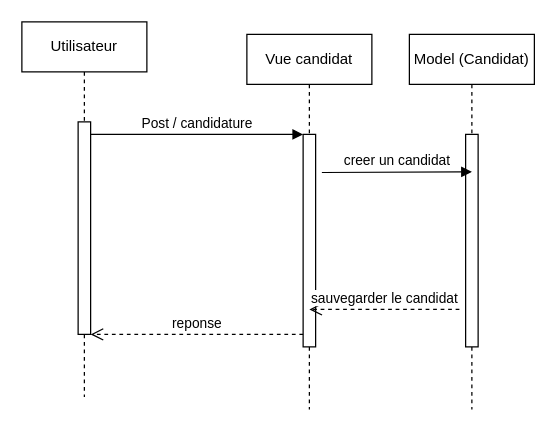
Above: diagramioFait/sequence_diagram.drawio in Mohammed-BJ/ProjetBackendDev (draw.io), before the change. Source tidied: cells renumbered, new cells numbered last; positions are measured from the earlier drawing's top-left corner, leaving out a move shared by most shapes. Both pictures are drawn from the tidied source at 125%, with x=0, y=0 at pixel (21, 21).
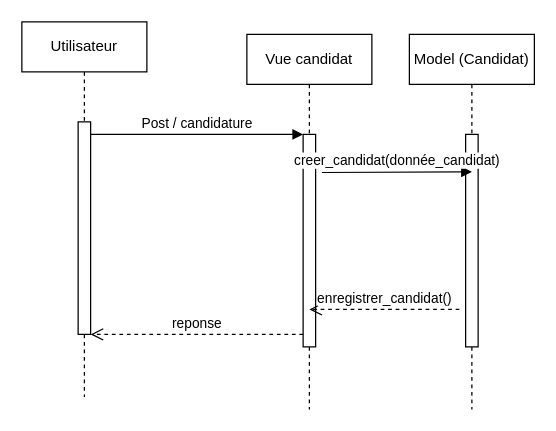
The same page after the edit.

Diff of the diagram source:
```diff
@@
 <mxGraphModel>
   <root>
     <mxCell id="0" />
     <mxCell id="1" parent="0" />
     <mxCell id="2" value="Vue candidat" style="shape=umlLifeline;perimeter=lifelinePerimeter;whiteSpace=wrap;html=1;newEdgeStyle={&quot;edgeStyle&quot;:&quot;elbowEdgeStyle&quot;,&quot;elbow&quot;:&quot;vertical&quot;,&quot;curved&quot;:0,&quot;rounded&quot;:0};" parent="1" vertex="1">
       <mxGeometry x="180" y="10" width="100" height="300" as="geometry" />
     </mxCell>
     <mxCell id="3" style="html=1;points=[];perimeter=orthogonalPerimeter;outlineConnect=0;targetShapes=umlLifeline;portConstraint=eastwest;newEdgeStyle={&quot;edgeStyle&quot;:&quot;elbowEdgeStyle&quot;,&quot;elbow&quot;:&quot;vertical&quot;,&quot;curved&quot;:0,&quot;rounded&quot;:0};" parent="2" vertex="1">
       <mxGeometry x="45" y="80" width="10" height="170" as="geometry" />
     </mxCell>
     <mxCell id="4" value="Post / candidature" style="html=1;verticalAlign=bottom;endArrow=block;edgeStyle=elbowEdgeStyle;elbow=vertical;curved=0;rounded=0;" parent="1" edge="1" target="3">
       <mxGeometry relative="1" as="geometry">
         <mxPoint x="55" y="90" as="sourcePoint" />
         <Array as="points">
           <mxPoint x="140" y="90" />
         </Array>
       </mxGeometry>
     </mxCell>
     <mxCell id="5" value="reponse" style="html=1;verticalAlign=bottom;endArrow=open;dashed=1;endSize=8;edgeStyle=elbowEdgeStyle;elbow=vertical;curved=0;rounded=0;" parent="1" edge="1" source="3">
       <mxGeometry relative="1" as="geometry">
         <mxPoint x="55" y="250" as="targetPoint" />
         <Array as="points">
           <mxPoint x="150" y="250" />
         </Array>
       </mxGeometry>
     </mxCell>
     <mxCell id="6" value="Model (Candidat)" style="shape=umlLifeline;perimeter=lifelinePerimeter;whiteSpace=wrap;html=1;newEdgeStyle={&quot;edgeStyle&quot;:&quot;elbowEdgeStyle&quot;,&quot;elbow&quot;:&quot;vertical&quot;,&quot;curved&quot;:0,&quot;rounded&quot;:0};" parent="1" vertex="1">
       <mxGeometry x="310" y="10" width="100" height="300" as="geometry" />
     </mxCell>
     <mxCell id="7" style="html=1;perimeter=orthogonalPerimeter;targetShapes=umlLifeline;newEdgeStyle={&quot;edgeStyle&quot;:&quot;elbowEdgeStyle&quot;,&quot;elbow&quot;:&quot;vertical&quot;,&quot;curved&quot;:0,&quot;rounded&quot;:0};" parent="6" vertex="1">
       <mxGeometry x="45" y="80" width="10" height="170" as="geometry" />
     </mxCell>
     <mxCell id="8" value="Utilisateur" style="shape=umlLifeline;perimeter=lifelinePerimeter;whiteSpace=wrap;html=1;newEdgeStyle={&quot;edgeStyle&quot;:&quot;elbowEdgeStyle&quot;,&quot;elbow&quot;:&quot;vertical&quot;,&quot;curved&quot;:0,&quot;rounded&quot;:0};" parent="1" vertex="1">
       <mxGeometry width="100" height="300" as="geometry" />
     </mxCell>
     <mxCell id="9" style="html=1;perimeter=orthogonalPerimeter;targetShapes=umlLifeline;newEdgeStyle={&quot;edgeStyle&quot;:&quot;elbowEdgeStyle&quot;,&quot;elbow&quot;:&quot;vertical&quot;,&quot;curved&quot;:0,&quot;rounded&quot;:0};" parent="8" vertex="1">
       <mxGeometry x="45" y="80" width="10" height="170" as="geometry" />
     </mxCell>
-    <mxCell id="10" value="creer un candidat" style="html=1;verticalAlign=bottom;endArrow=block;edgeStyle=elbowEdgeStyle;elbow=vertical;curved=0;rounded=0;" parent="1" edge="1">
+    <mxCell id="10" value="creer_candidat(donnée_candidat)" style="html=1;verticalAlign=bottom;endArrow=block;edgeStyle=elbowEdgeStyle;elbow=vertical;curved=0;rounded=0;" parent="1" edge="1">
       <mxGeometry relative="1" as="geometry">
         <mxPoint x="240" y="120.5" as="sourcePoint" />
         <mxPoint x="360" y="120" as="targetPoint" />
         <Array as="points">
           <mxPoint x="230" y="120" />
         </Array>
       </mxGeometry>
     </mxCell>
-    <mxCell id="11" value="sauvegarder le candidat" style="html=1;verticalAlign=bottom;endArrow=open;dashed=1;endSize=8;edgeStyle=elbowEdgeStyle;elbow=vertical;curved=0;rounded=0;" parent="1" edge="1">
+    <mxCell id="11" value="enregistrer_candidat()" style="html=1;verticalAlign=bottom;endArrow=open;dashed=1;endSize=8;edgeStyle=elbowEdgeStyle;elbow=vertical;curved=0;rounded=0;" parent="1" edge="1">
       <mxGeometry relative="1" as="geometry">
         <mxPoint x="350" y="230" as="sourcePoint" />
         <mxPoint x="230" y="230" as="targetPoint" />
         <Array as="points">
           <mxPoint x="325" y="230" />
         </Array>
       </mxGeometry>
     </mxCell>
   </root>
 </mxGraphModel>
```
